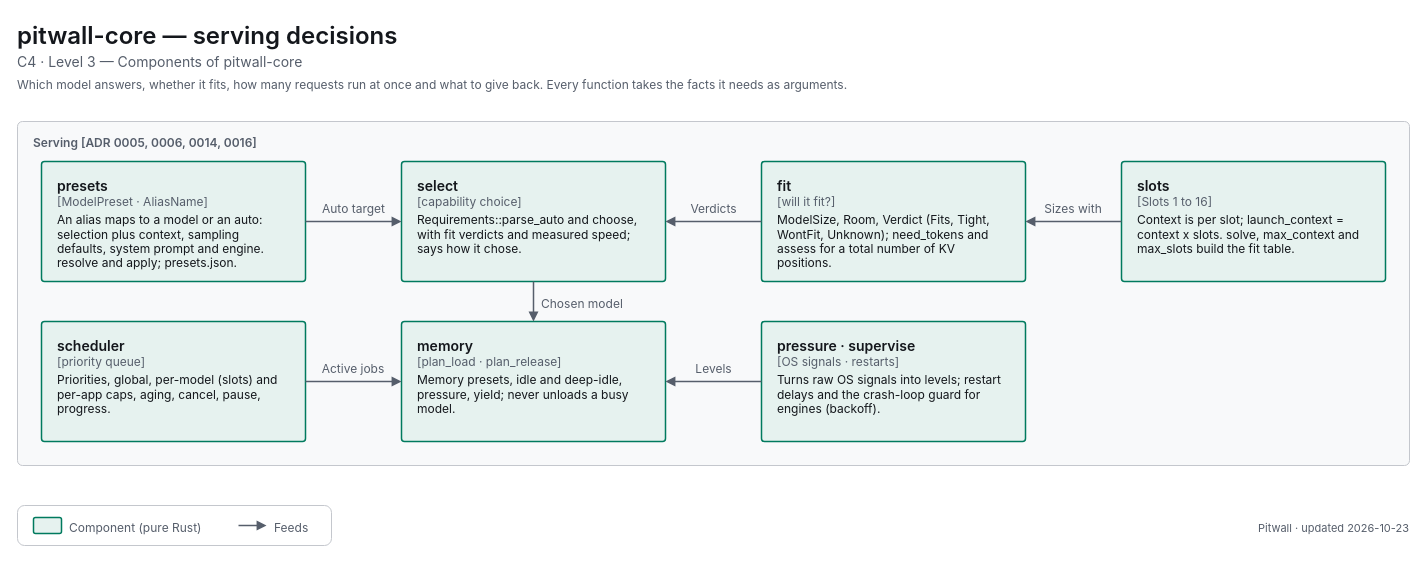
Before: apps/pitwall/docs/diagrams/c4-3-core-serving.drawio in decryp7/paddock, a draw.io diagram. Source tidied: cells renumbered, new cells numbered last; positions are measured from the earlier drawing's top-left corner, leaving out a move shared by most shapes. Both pictures are drawn from the tidied source at 100%, with x=0, y=0 at pixel (17, 17).
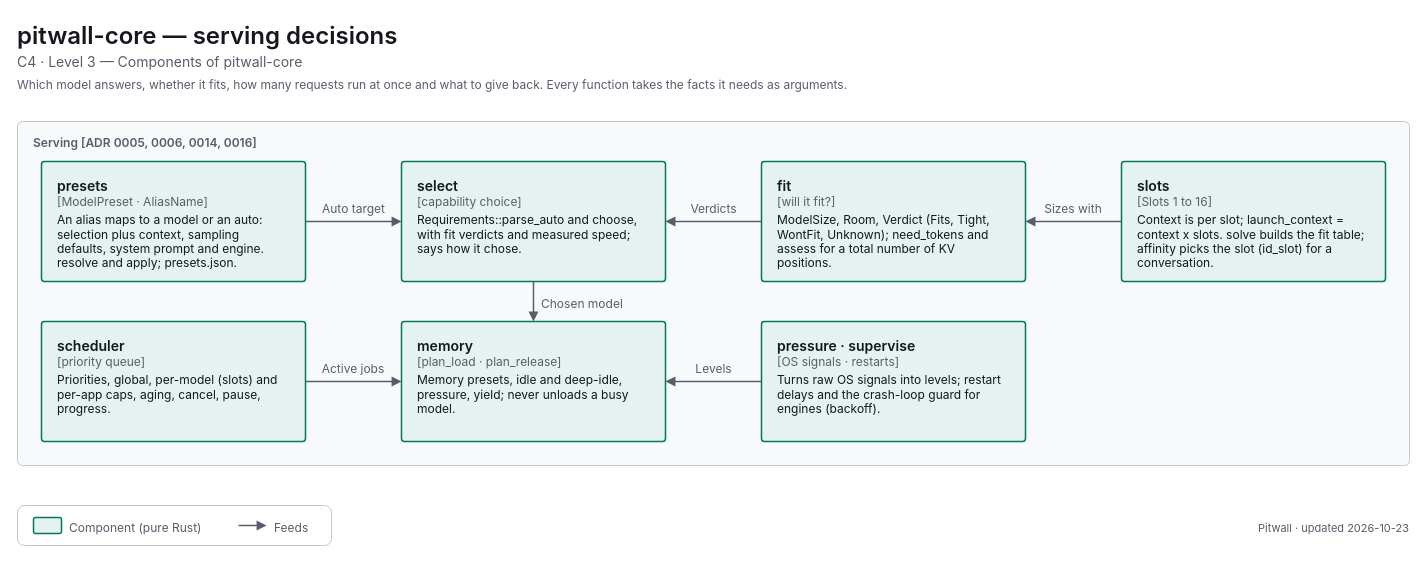
After the change.

The edit, as a diff of the source:
```diff
@@
-    <mxCell id="9" value="&lt;span style=&quot;font-size:14px;font-weight:600&quot;&gt;slots&lt;/span&gt;&lt;br&gt;&lt;span style=&quot;font-size:12px;color:light-dark(#565E6B,#A0A7B2)&quot;&gt;[Slots 1 to 16]&lt;/span&gt;&lt;br&gt;&lt;div style=&quot;margin-top:4px;font-size:12px&quot;&gt;Context is per slot; launch_context = context x slots. solve, max_context and max_slots build the fit table.&lt;/div&gt;" style="html=1;whiteSpace=wrap;fontFamily=-apple-system,BlinkMacSystemFont,Segoe UI,system-ui,sans-serif;fontSize=12;fontColor=light-dark(#14171C,#ECEEF1);rounded=1;absoluteArcSize=1;arcSize=6;strokeWidth=1.5;strokeColor=light-dark(#007A5E,#2EC4A0);fillColor=light-dark(#E6F2EF,#193330);align=left;verticalAlign=top;spacingLeft=14;spacingRight=14;spacingTop=10;spacingBottom=8;" parent="1" vertex="1">
+    <mxCell id="9" value="&lt;span style=&quot;font-size:14px;font-weight:600&quot;&gt;slots&lt;/span&gt;&lt;br&gt;&lt;span style=&quot;font-size:12px;color:light-dark(#565E6B,#A0A7B2)&quot;&gt;[Slots 1 to 16]&lt;/span&gt;&lt;br&gt;&lt;div style=&quot;margin-top:4px;font-size:12px&quot;&gt;Context is per slot; launch_context = context x slots. solve builds the fit table; affinity picks the slot (id_slot) for a conversation.&lt;/div&gt;" style="html=1;whiteSpace=wrap;fontFamily=-apple-system,BlinkMacSystemFont,Segoe UI,system-ui,sans-serif;fontSize=12;fontColor=light-dark(#14171C,#ECEEF1);rounded=1;absoluteArcSize=1;arcSize=6;strokeWidth=1.5;strokeColor=light-dark(#007A5E,#2EC4A0);fillColor=light-dark(#E6F2EF,#193330);align=left;verticalAlign=top;spacingLeft=14;spacingRight=14;spacingTop=10;spacingBottom=8;" parent="1" vertex="1">
       <mxGeometry x="1104" y="144" width="264" height="120" as="geometry" />
     </mxCell>
```
